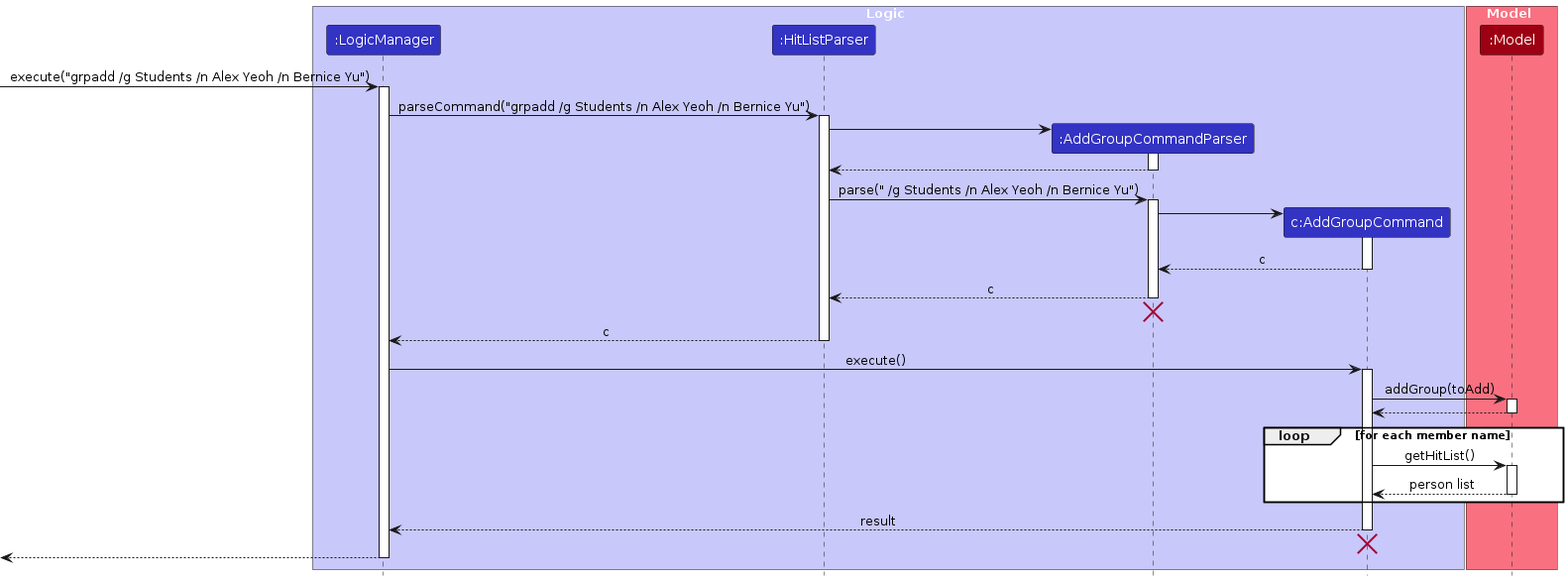
Before: diagrams/add-group/GroupAddSequenceDiagram-Logic.png, a diagram exported from PlantUML (AY2526S2-CS2103T-W11-2/tp). Its source is kept beside it as diagrams/add-group/GroupAddSequenceDiagram-Logic.puml. Source of this version:
```plantuml
@startuml
!include ../style.puml
skinparam ArrowFontStyle plain

box Logic LOGIC_COLOR_T1
participant ":LogicManager" as LogicManager LOGIC_COLOR
participant ":HitListParser" as HitListParser LOGIC_COLOR
participant ":AddGroupCommandParser" as AddGroupCommandParser LOGIC_COLOR
participant "c:AddGroupCommand" as AddGroupCommand LOGIC_COLOR
end box

box Model MODEL_COLOR_T1
participant ":Model" as Model MODEL_COLOR
end box

[-> LogicManager : execute("grpadd /g Students /n Alex Yeoh /n Bernice Yu")
activate LogicManager
LogicManager -> HitListParser : parseCommand("grpadd /g Students /n Alex Yeoh /n Bernice Yu")
activate HitListParser

create AddGroupCommandParser
HitListParser -> AddGroupCommandParser
activate AddGroupCommandParser
AddGroupCommandParser --> HitListParser
deactivate AddGroupCommandParser

HitListParser -> AddGroupCommandParser : parse(" /g Students /n Alex Yeoh /n Bernice Yu")
activate AddGroupCommandParser

create AddGroupCommand
AddGroupCommandParser -> AddGroupCommand
activate AddGroupCommand
AddGroupCommand --> AddGroupCommandParser : c
deactivate AddGroupCommand

AddGroupCommandParser --> HitListParser : c
deactivate AddGroupCommandParser
AddGroupCommandParser -[hidden]-> HitListParser
destroy AddGroupCommandParser

HitListParser --> LogicManager : c
deactivate HitListParser

LogicManager -> AddGroupCommand : execute()
activate AddGroupCommand
AddGroupCommand -> Model : addGroup(toAdd)
activate Model
Model --> AddGroupCommand
deactivate Model

loop for each member name
  AddGroupCommand -> Model : getHitList()
  activate Model
  Model --> AddGroupCommand : person list
  deactivate Model
end

AddGroupCommand --> LogicManager : result
deactivate AddGroupCommand
AddGroupCommand -[hidden]-> LogicManager
destroy AddGroupCommand

[<--LogicManager
deactivate LogicManager
@enduml
```
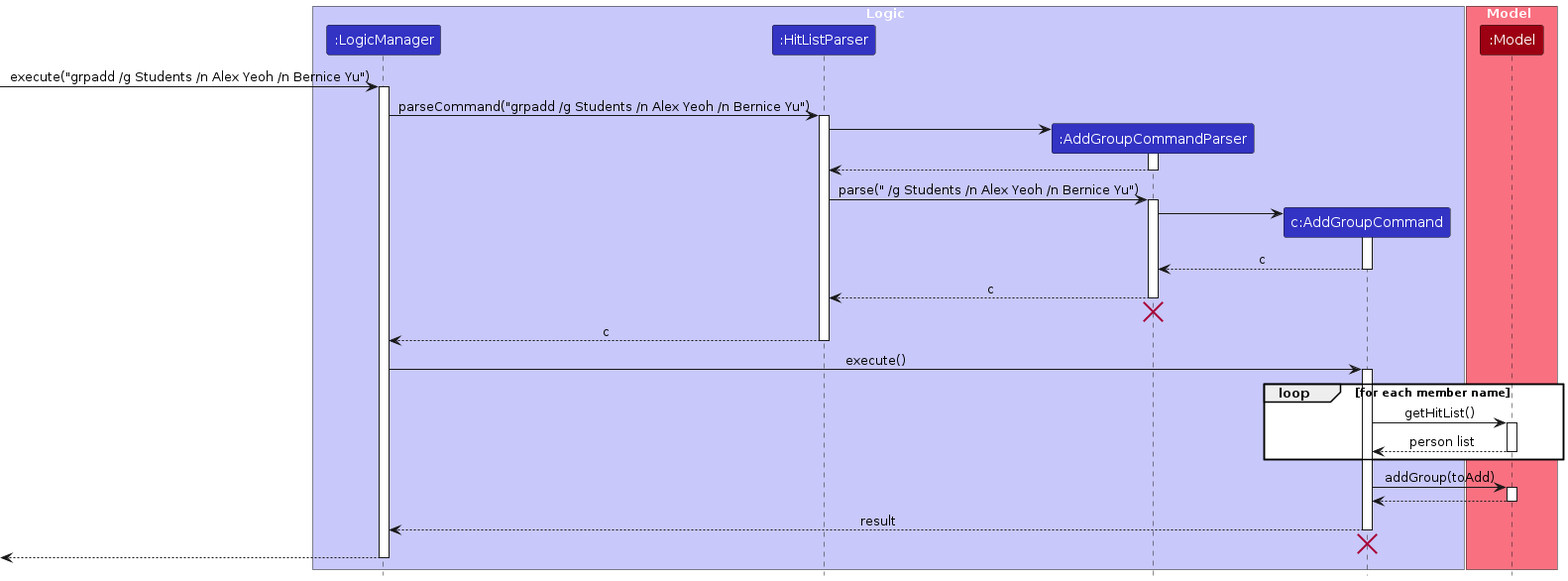
The same diagram one commit later.

Change to the diagram source:
```diff
@@ -1,5 +1,6 @@
 @startuml
 !include ../style.puml
+
 skinparam ArrowFontStyle plain
 
 box Logic LOGIC_COLOR_T1
@@ -15,12 +16,14 @@
 
 [-> LogicManager : execute("grpadd /g Students /n Alex Yeoh /n Bernice Yu")
 activate LogicManager
+
 LogicManager -> HitListParser : parseCommand("grpadd /g Students /n Alex Yeoh /n Bernice Yu")
 activate HitListParser
 
 create AddGroupCommandParser
 HitListParser -> AddGroupCommandParser
 activate AddGroupCommandParser
+
 AddGroupCommandParser --> HitListParser
 deactivate AddGroupCommandParser
 
@@ -30,11 +33,13 @@
 create AddGroupCommand
 AddGroupCommandParser -> AddGroupCommand
 activate AddGroupCommand
+
 AddGroupCommand --> AddGroupCommandParser : c
 deactivate AddGroupCommand
 
 AddGroupCommandParser --> HitListParser : c
 deactivate AddGroupCommandParser
+
 AddGroupCommandParser -[hidden]-> HitListParser
 destroy AddGroupCommandParser
 
@@ -43,10 +48,6 @@
 
 LogicManager -> AddGroupCommand : execute()
 activate AddGroupCommand
-AddGroupCommand -> Model : addGroup(toAdd)
-activate Model
-Model --> AddGroupCommand
-deactivate Model
 
 loop for each member name
   AddGroupCommand -> Model : getHitList()
@@ -55,11 +56,18 @@
   deactivate Model
 end
 
+AddGroupCommand -> Model : addGroup(toAdd)
+activate Model
+Model --> AddGroupCommand
+deactivate Model
+
 AddGroupCommand --> LogicManager : result
 deactivate AddGroupCommand
+
 AddGroupCommand -[hidden]-> LogicManager
 destroy AddGroupCommand
 
 [<--LogicManager
 deactivate LogicManager
+
 @enduml
```
